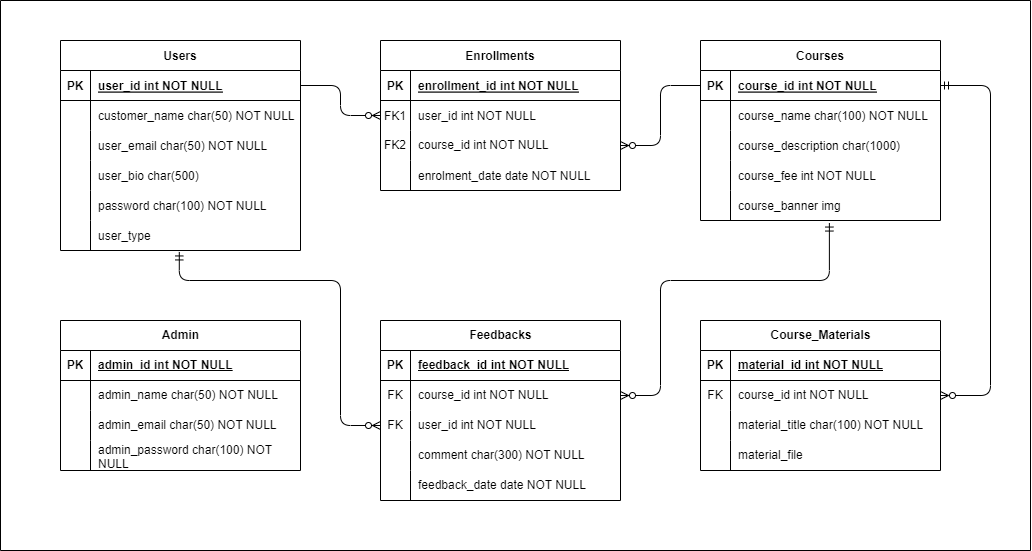
This is Materials/ER Diagrams/ER Diagram.png from iprosenjitp/Tech-School, a draw.io export, as it was before one commit. Source tidied: cells renumbered, new cells last; positions are measured from the earlier drawing's top-left corner, leaving out a move shared by most shapes.
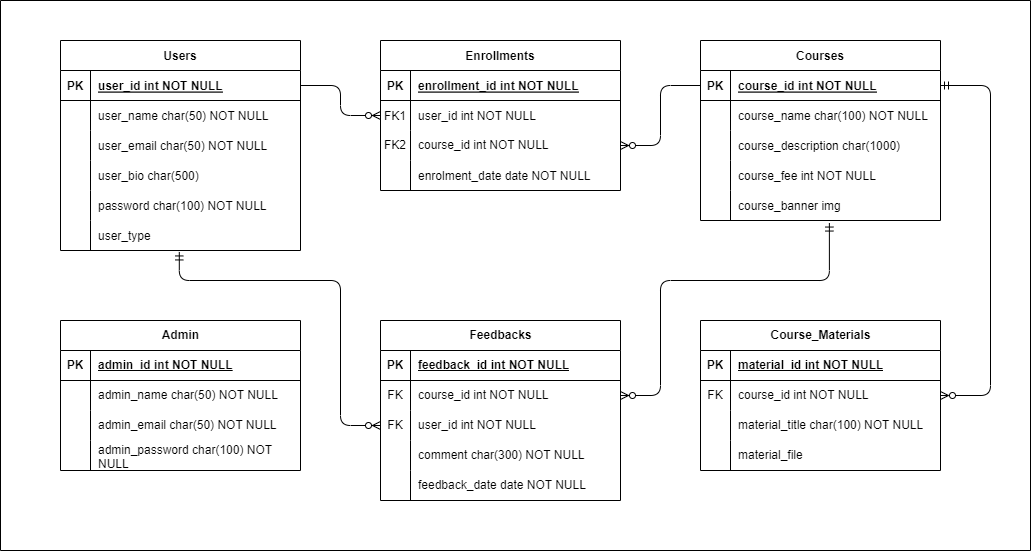
Later version of the same file.

Diff of the diagram source:
```diff
@@ -113,7 +113,7 @@
     <mxCell id="38" style="shape=partialRectangle;overflow=hidden;fillColor=none;top=0;left=0;bottom=0;right=0;" parent="37" vertex="1">
       <mxGeometry width="30" height="30" as="geometry" />
     </mxCell>
-    <mxCell id="39" value="customer_name char(50) NOT NULL" style="shape=partialRectangle;overflow=hidden;fillColor=none;top=0;left=0;bottom=0;right=0;align=left;spacingLeft=6;" parent="37" vertex="1">
+    <mxCell id="39" value="user_name char(50) NOT NULL" style="shape=partialRectangle;overflow=hidden;fillColor=none;top=0;left=0;bottom=0;right=0;align=left;spacingLeft=6;" parent="37" vertex="1">
       <mxGeometry x="30" width="210" height="30" as="geometry" />
     </mxCell>
     <mxCell id="40" style="shape=tableRow;horizontal=0;startSize=0;swimlaneHead=0;swimlaneBody=0;fillColor=none;top=0;left=0;right=0;bottom=0;" parent="33" vertex="1">
```
